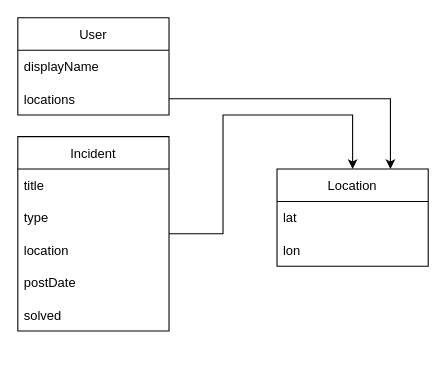
moraruvm/lost-n-found keeps this draw.io diagram as lostnfound-api/docs/domain-model.drawio. Above is the earlier version. Source tidied: cells renumbered, new cells numbered last; positions are measured from the earlier drawing's top-left corner, leaving out a move shared by most shapes. Both pictures are drawn from the tidied source at 108%, with x=0, y=0 at pixel (17, 17).
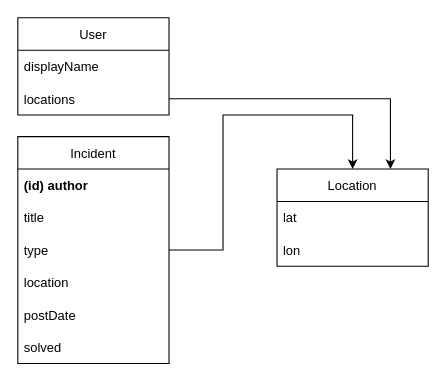
Above is the later version.

The edit, as a diff of the source:
```diff
@@
 <mxGraphModel>
   <root>
     <mxCell id="0" />
     <mxCell id="1" parent="0" />
     <mxCell id="2" value="User" style="swimlane;fontStyle=0;horizontal=1;startSize=30;" parent="1" vertex="1">
       <mxGeometry width="140" height="90" as="geometry" />
     </mxCell>
     <mxCell id="3" value="displayName" style="text;strokeColor=none;fillColor=none;align=left;verticalAlign=middle;spacingLeft=4;spacingRight=4;overflow=hidden;" parent="2" vertex="1">
       <mxGeometry y="30" width="140" height="30" as="geometry" />
     </mxCell>
     <mxCell id="4" value="locations" style="text;strokeColor=none;fillColor=none;align=left;verticalAlign=middle;spacingLeft=4;spacingRight=4;overflow=hidden;points=[[0,0.5],[1,0.5]];portConstraint=eastwest;" parent="2" vertex="1">
       <mxGeometry y="60" width="140" height="30" as="geometry" />
     </mxCell>
     <mxCell id="5" value="Location" style="swimlane;fontStyle=0;horizontal=1;startSize=30;" parent="1" vertex="1">
       <mxGeometry x="240" y="140" width="140" height="90" as="geometry" />
     </mxCell>
     <mxCell id="6" value="lat" style="text;strokeColor=none;fillColor=none;align=left;verticalAlign=middle;spacingLeft=4;spacingRight=4;overflow=hidden;" parent="5" vertex="1">
       <mxGeometry y="30" width="140" height="30" as="geometry" />
     </mxCell>
     <mxCell id="7" value="lon" style="text;strokeColor=none;fillColor=none;align=left;verticalAlign=middle;spacingLeft=4;spacingRight=4;overflow=hidden;" parent="5" vertex="1">
       <mxGeometry y="60" width="140" height="30" as="geometry" />
     </mxCell>
     <mxCell id="8" style="edgeStyle=orthogonalEdgeStyle;rounded=0;jettySize=auto;html=1;entryX=0.75;entryY=0;entryDx=0;entryDy=0;" parent="1" edge="1" source="4" target="5">
       <mxGeometry relative="1" as="geometry" />
     </mxCell>
     <mxCell id="9" style="edgeStyle=orthogonalEdgeStyle;rounded=0;jettySize=auto;html=1;entryX=0.5;entryY=0;entryDx=0;entryDy=0;" parent="1" edge="1" source="10" target="5">
       <mxGeometry relative="1" as="geometry" />
     </mxCell>
     <mxCell id="10" value="Incident" style="swimlane;fontStyle=0;horizontal=1;startSize=30;" parent="1" vertex="1">
-      <mxGeometry y="110" width="140" height="180" as="geometry" />
+      <mxGeometry y="110" width="140" height="210" as="geometry" />
     </mxCell>
+    <mxCell id="16" value="(id) author" style="text;strokeColor=none;fillColor=none;align=left;verticalAlign=middle;spacingLeft=4;spacingRight=4;overflow=hidden;fontStyle=1;" parent="10" vertex="1">
+      <mxGeometry y="30" width="140" height="30" as="geometry" />
+    </mxCell>
     <mxCell id="11" value="title" style="text;strokeColor=none;fillColor=none;align=left;verticalAlign=middle;spacingLeft=4;spacingRight=4;overflow=hidden;" parent="10" vertex="1">
-      <mxGeometry y="30" width="140" height="30" as="geometry" />
+      <mxGeometry y="60" width="140" height="30" as="geometry" />
     </mxCell>
     <mxCell id="12" value="type" style="text;strokeColor=none;fillColor=none;align=left;verticalAlign=middle;spacingLeft=4;spacingRight=4;overflow=hidden;" parent="10" vertex="1">
-      <mxGeometry y="60" width="140" height="30" as="geometry" />
+      <mxGeometry y="90" width="140" height="30" as="geometry" />
     </mxCell>
     <mxCell id="13" value="location" style="text;strokeColor=none;fillColor=none;align=left;verticalAlign=middle;spacingLeft=4;spacingRight=4;overflow=hidden;" parent="10" vertex="1">
-      <mxGeometry y="90" width="140" height="30" as="geometry" />
+      <mxGeometry y="120" width="140" height="30" as="geometry" />
     </mxCell>
     <mxCell id="14" value="postDate" style="text;strokeColor=none;fillColor=none;align=left;verticalAlign=middle;spacingLeft=4;spacingRight=4;overflow=hidden;" parent="10" vertex="1">
-      <mxGeometry y="120" width="140" height="30" as="geometry" />
+      <mxGeometry y="150" width="140" height="30" as="geometry" />
     </mxCell>
     <mxCell id="15" value="solved" style="text;strokeColor=none;fillColor=none;align=left;verticalAlign=middle;spacingLeft=4;spacingRight=4;overflow=hidden;" parent="10" vertex="1">
-      <mxGeometry y="150" width="140" height="30" as="geometry" />
+      <mxGeometry y="180" width="140" height="30" as="geometry" />
     </mxCell>
   </root>
 </mxGraphModel>
```
